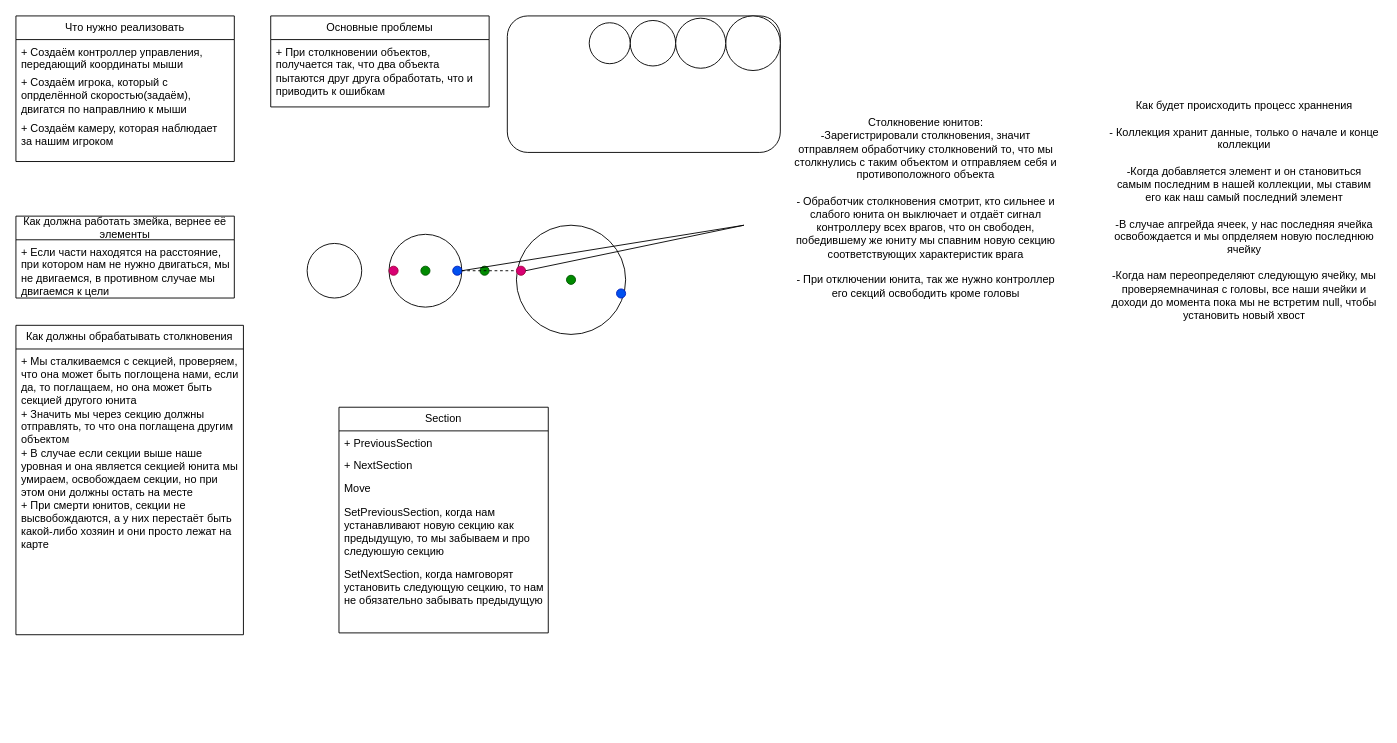
Before: SnakeIOWithBall2048.drawio in Bablakov/SnakeIOWithBall2048, a draw.io diagram. Source tidied: cells renumbered, new cells numbered last; positions are measured from the earlier drawing's top-left corner, leaving out a move shared by most shapes. Both pictures are drawn from the tidied source at 91%, with x=0, y=0 at pixel (15, 15).
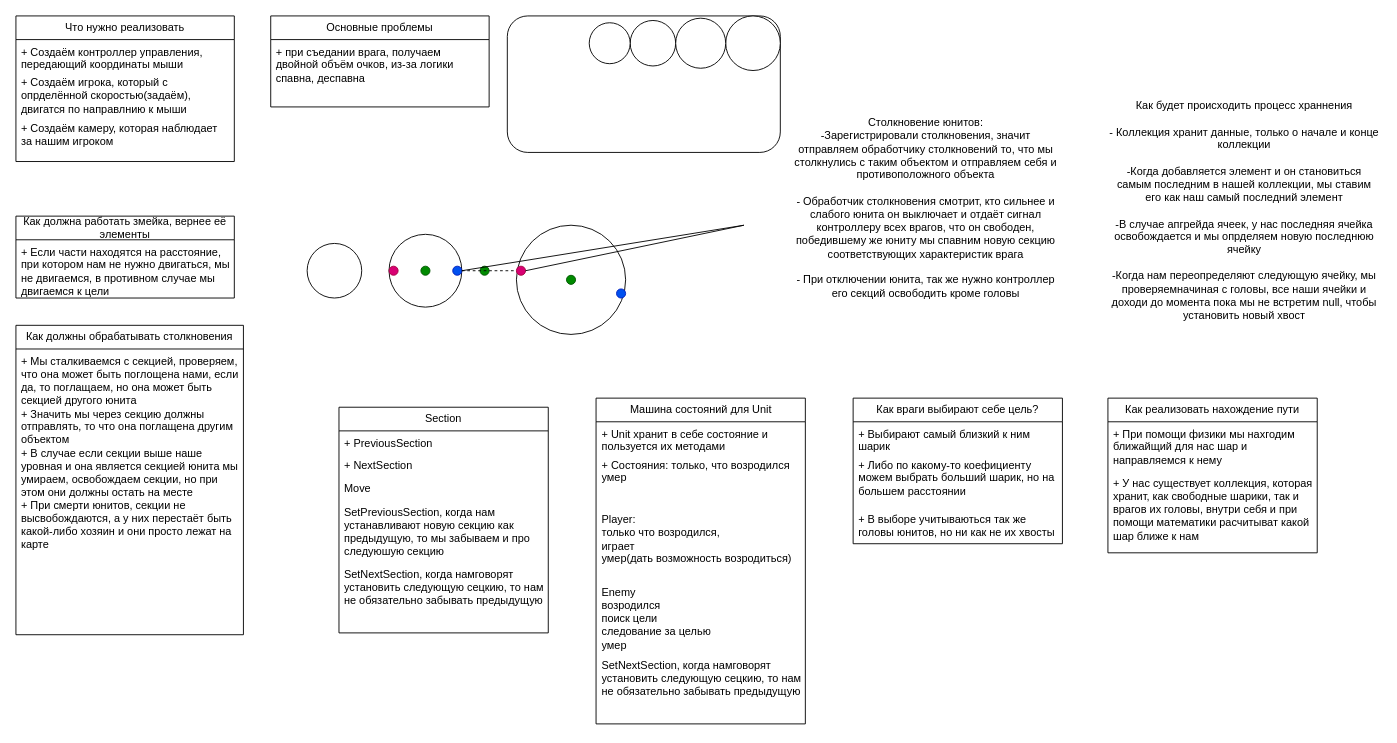
After the change.

The change refers to these unchanged cells:
```xml
<mxCell id="6" value="Основные проблемы" style="swimlane;fontStyle=0;horizontal=1;startSize=26;fillColor=none;whiteSpace=wrap;html=1;" parent="1" vertex="1">
  <mxGeometry x="280" width="240" height="100" as="geometry" />
</mxCell>
```

Change to the diagram source:
```diff
@@
-    <mxCell id="7" value="+ При столкновении объектов, получается так, что два объекта пытаются друг друга обработать, что и приводить к ошибкам" style="text;strokeColor=none;fillColor=none;align=left;verticalAlign=top;spacingLeft=4;spacingRight=4;overflow=hidden;whiteSpace=wrap;html=1;" parent="6" vertex="1">
+    <mxCell id="7" value="+ при съедании врага, получаем двойной объём очков, из-за логики спавна, деспавна" style="text;strokeColor=none;fillColor=none;align=left;verticalAlign=top;spacingLeft=4;spacingRight=4;overflow=hidden;whiteSpace=wrap;html=1;" parent="6" vertex="1">
       <mxGeometry y="26" width="240" height="74" as="geometry" />
     </mxCell>
@@
+    <mxCell id="38" value="Машина состояний для Unit" style="swimlane;fontStyle=0;horizontal=1;startSize=26;fillColor=none;whiteSpace=wrap;html=1;" parent="1" vertex="1">
+      <mxGeometry x="637.5" y="420" width="230" height="358" as="geometry" />
+    </mxCell>
+    <mxCell id="39" value="+ Unit хранит в себе состояние и пользуется их методами" style="text;strokeColor=none;fillColor=none;align=left;verticalAlign=top;spacingLeft=4;spacingRight=4;overflow=hidden;whiteSpace=wrap;html=1;" parent="38" vertex="1">
+      <mxGeometry y="26" width="230" height="34" as="geometry" />
+    </mxCell>
+    <mxCell id="40" value="+ Состояния: только, что возродился&lt;div&gt;умер&lt;/div&gt;" style="text;strokeColor=none;fillColor=none;align=left;verticalAlign=top;spacingLeft=4;spacingRight=4;overflow=hidden;whiteSpace=wrap;html=1;" parent="38" vertex="1">
+      <mxGeometry y="60" width="230" height="60" as="geometry" />
+    </mxCell>
+    <mxCell id="41" value="Player:&lt;div&gt;только что возродился,&lt;/div&gt;&lt;div&gt;играет&lt;/div&gt;&lt;div&gt;умер(дать возможность возродиться)&lt;/div&gt;" style="text;strokeColor=none;fillColor=none;align=left;verticalAlign=top;spacingLeft=4;spacingRight=4;overflow=hidden;whiteSpace=wrap;html=1;" parent="38" vertex="1">
+      <mxGeometry y="120" width="230" height="80" as="geometry" />
+    </mxCell>
+    <mxCell id="42" value="Enemy&lt;div&gt;возродился&lt;/div&gt;&lt;div&gt;поиск цели&lt;/div&gt;&lt;div&gt;следование за целью&lt;/div&gt;&lt;div&gt;умер&lt;/div&gt;" style="text;strokeColor=none;fillColor=none;align=left;verticalAlign=top;spacingLeft=4;spacingRight=4;overflow=hidden;whiteSpace=wrap;html=1;" parent="38" vertex="1">
+      <mxGeometry y="200" width="230" height="80" as="geometry" />
+    </mxCell>
+    <mxCell id="43" value="SetNextSection, когда намговорят установить следующую сецкию, то нам не обязательно забывать предыдущую" style="text;strokeColor=none;fillColor=none;align=left;verticalAlign=top;spacingLeft=4;spacingRight=4;overflow=hidden;whiteSpace=wrap;html=1;" parent="38" vertex="1">
+      <mxGeometry y="280" width="230" height="78" as="geometry" />
+    </mxCell>
+    <mxCell id="44" value="Как враги выбирают себе цель?" style="swimlane;fontStyle=0;horizontal=1;startSize=26;fillColor=none;whiteSpace=wrap;html=1;" parent="1" vertex="1">
+      <mxGeometry x="920" y="420" width="230" height="160" as="geometry" />
+    </mxCell>
+    <mxCell id="45" value="+ Выбирают самый близкий к ним шарик" style="text;strokeColor=none;fillColor=none;align=left;verticalAlign=top;spacingLeft=4;spacingRight=4;overflow=hidden;whiteSpace=wrap;html=1;" parent="44" vertex="1">
+      <mxGeometry y="26" width="230" height="34" as="geometry" />
+    </mxCell>
+    <mxCell id="46" value="+ Либо по какому-то коефициенту можем выбрать больший шарик, но на большем расстоянии" style="text;strokeColor=none;fillColor=none;align=left;verticalAlign=top;spacingLeft=4;spacingRight=4;overflow=hidden;whiteSpace=wrap;html=1;" parent="44" vertex="1">
+      <mxGeometry y="60" width="230" height="60" as="geometry" />
+    </mxCell>
+    <mxCell id="47" value="+ В выборе учитываються так же головы юнитов, но ни как не их хвосты" style="text;strokeColor=none;fillColor=none;align=left;verticalAlign=top;spacingLeft=4;spacingRight=4;overflow=hidden;whiteSpace=wrap;html=1;" parent="44" vertex="1">
+      <mxGeometry y="120" width="230" height="40" as="geometry" />
+    </mxCell>
+    <mxCell id="48" value="Как реализовать нахождение пути" style="swimlane;fontStyle=0;horizontal=1;startSize=26;fillColor=none;whiteSpace=wrap;html=1;" parent="1" vertex="1">
+      <mxGeometry x="1200" y="420" width="230" height="170" as="geometry" />
+    </mxCell>
+    <mxCell id="49" value="+ При помощи физики мы нахгодим ближайщий для нас шар и направляемся к нему" style="text;strokeColor=none;fillColor=none;align=left;verticalAlign=top;spacingLeft=4;spacingRight=4;overflow=hidden;whiteSpace=wrap;html=1;" parent="48" vertex="1">
+      <mxGeometry y="26" width="230" height="54" as="geometry" />
+    </mxCell>
+    <mxCell id="50" value="+ У нас существует коллекция, которая хранит, как свободные шарики, так и врагов их головы, внутри себя и при помощи математики расчитыват какой шар ближе к нам" style="text;strokeColor=none;fillColor=none;align=left;verticalAlign=top;spacingLeft=4;spacingRight=4;overflow=hidden;whiteSpace=wrap;html=1;" parent="48" vertex="1">
+      <mxGeometry y="80" width="230" height="90" as="geometry" />
+    </mxCell>
```
